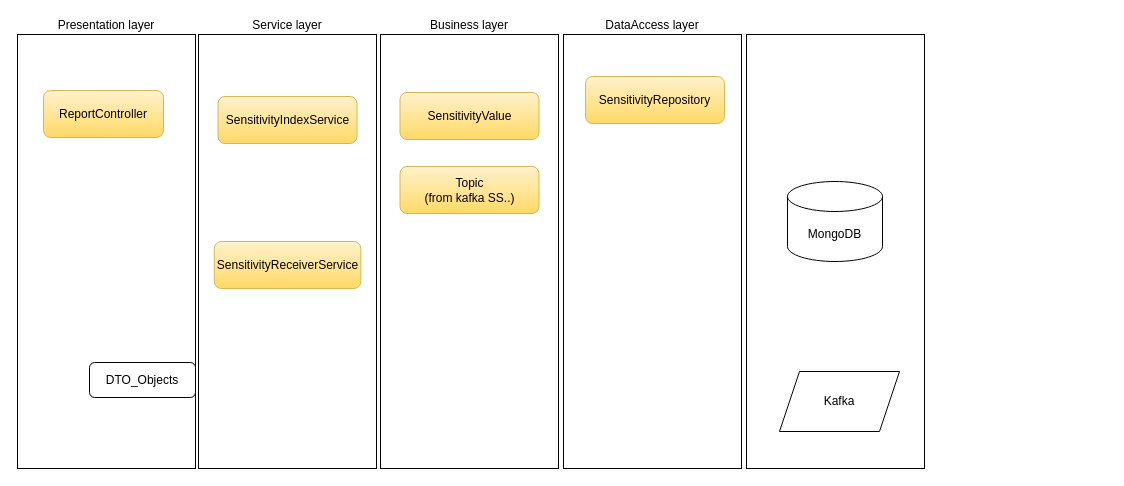
Above: page "Layers" (3 of 5) of DOCUMENT/Untitled Diagram.drawio in vantypham/reportservice (draw.io), before the change. Source tidied: cells renumbered, new cells numbered last; positions are measured from the earlier drawing's top-left corner, leaving out a move shared by most shapes. Both pictures are drawn from the tidied source at 100%, with x=0, y=0 at pixel (17, 34).
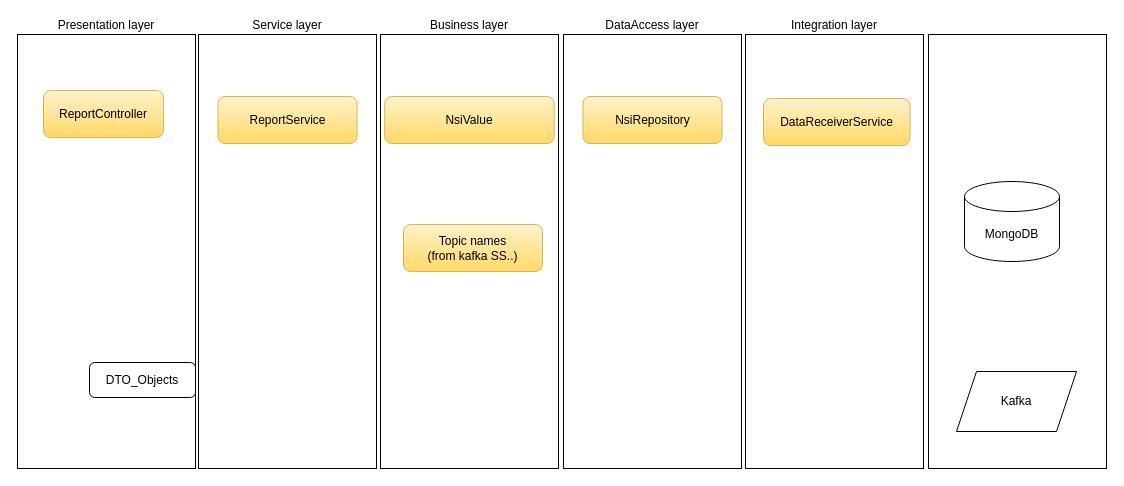
The same diagram, later.

Commit message (it also covers changes not shown here):
update charts & slide

Diff of the diagram source:
```diff
@@
 <mxGraphModel>
   <root>
     <mxCell id="0" />
     <mxCell id="1" parent="0" />
-    <mxCell id="2" style="rounded=0;whiteSpace=wrap;html=1;labelPosition=center;verticalLabelPosition=top;align=center;verticalAlign=bottom;" parent="1" vertex="1">
-      <mxGeometry x="729" width="178" height="434" as="geometry" />
-    </mxCell>
+    <mxCell id="16" style="rounded=0;whiteSpace=wrap;html=1;labelPosition=center;verticalLabelPosition=top;align=center;verticalAlign=bottom;" parent="1" vertex="1">
+      <mxGeometry x="911" width="178" height="434" as="geometry" />
+    </mxCell>
     <mxCell id="3" value="Presentation layer" style="rounded=0;whiteSpace=wrap;html=1;labelPosition=center;verticalLabelPosition=top;align=center;verticalAlign=bottom;" parent="1" vertex="1">
       <mxGeometry width="178" height="434" as="geometry" />
     </mxCell>
     <mxCell id="4" value="ReportController" style="rounded=1;whiteSpace=wrap;html=1;fillColor=#fff2cc;gradientColor=#ffd966;strokeColor=#d6b656;" parent="1" vertex="1">
       <mxGeometry x="26" y="56" width="120" height="47" as="geometry" />
     </mxCell>
     <mxCell id="5" value="Service layer" style="rounded=0;whiteSpace=wrap;html=1;labelPosition=center;verticalLabelPosition=top;align=center;verticalAlign=bottom;" parent="1" vertex="1">
       <mxGeometry x="181" width="178" height="434" as="geometry" />
     </mxCell>
-    <mxCell id="6" value="SensitivityIndexService" style="rounded=1;whiteSpace=wrap;html=1;fillColor=#fff2cc;gradientColor=#ffd966;strokeColor=#d6b656;" parent="1" vertex="1">
+    <mxCell id="6" value="ReportService" style="rounded=1;whiteSpace=wrap;html=1;fillColor=#fff2cc;gradientColor=#ffd966;strokeColor=#d6b656;" parent="1" vertex="1">
       <mxGeometry x="200.5" y="62" width="139" height="47" as="geometry" />
     </mxCell>
     <mxCell id="7" value="Business layer" style="rounded=0;whiteSpace=wrap;html=1;labelPosition=center;verticalLabelPosition=top;align=center;verticalAlign=bottom;" parent="1" vertex="1">
       <mxGeometry x="363" width="178" height="434" as="geometry" />
     </mxCell>
     <mxCell id="8" value="DataAccess layer" style="rounded=0;whiteSpace=wrap;html=1;labelPosition=center;verticalLabelPosition=top;align=center;verticalAlign=bottom;" parent="1" vertex="1">
       <mxGeometry x="546" width="178" height="434" as="geometry" />
     </mxCell>
-    <mxCell id="9" value="SensitivityRepository" style="rounded=1;whiteSpace=wrap;html=1;fillColor=#fff2cc;gradientColor=#ffd966;strokeColor=#d6b656;" parent="1" vertex="1">
-      <mxGeometry x="568" y="42" width="139" height="47" as="geometry" />
+    <mxCell id="9" value="NsiRepository" style="rounded=1;whiteSpace=wrap;html=1;fillColor=#fff2cc;gradientColor=#ffd966;strokeColor=#d6b656;" parent="1" vertex="1">
+      <mxGeometry x="565.5" y="62" width="139" height="47" as="geometry" />
     </mxCell>
-    <mxCell id="10" value="SensitivityValue" style="rounded=1;whiteSpace=wrap;html=1;fillColor=#fff2cc;gradientColor=#ffd966;strokeColor=#d6b656;" parent="1" vertex="1">
-      <mxGeometry x="382.5" y="58" width="139" height="47" as="geometry" />
+    <mxCell id="10" value="NsiValue" style="rounded=1;whiteSpace=wrap;html=1;fillColor=#fff2cc;gradientColor=#ffd966;strokeColor=#d6b656;" parent="1" vertex="1">
+      <mxGeometry x="367.2" y="62" width="169.5" height="47" as="geometry" />
     </mxCell>
-    <mxCell id="11" value="Topic&lt;br&gt;(from kafka SS..)" style="rounded=1;whiteSpace=wrap;html=1;fillColor=#fff2cc;gradientColor=#ffd966;strokeColor=#d6b656;" parent="1" vertex="1">
-      <mxGeometry x="382.5" y="132" width="139" height="47" as="geometry" />
+    <mxCell id="11" value="Topic names&lt;br&gt;(from kafka SS..)" style="rounded=1;whiteSpace=wrap;html=1;fillColor=#fff2cc;gradientColor=#ffd966;strokeColor=#d6b656;" parent="1" vertex="1">
+      <mxGeometry x="386" y="190" width="139" height="47" as="geometry" />
     </mxCell>
+    <mxCell id="17" value="Integration layer" style="rounded=0;whiteSpace=wrap;html=1;labelPosition=center;verticalLabelPosition=top;align=center;verticalAlign=bottom;" parent="1" vertex="1">
+      <mxGeometry x="728" width="178" height="434" as="geometry" />
+    </mxCell>
-    <mxCell id="12" value="SensitivityReceiverService" style="rounded=1;whiteSpace=wrap;html=1;fillColor=#fff2cc;gradientColor=#ffd966;strokeColor=#d6b656;" parent="1" vertex="1">
-      <mxGeometry x="196.8" y="207" width="146.5" height="47" as="geometry" />
+    <mxCell id="12" value="DataReceiverService" style="rounded=1;whiteSpace=wrap;html=1;fillColor=#fff2cc;gradientColor=#ffd966;strokeColor=#d6b656;" parent="1" vertex="1">
+      <mxGeometry x="746" y="64" width="146.5" height="47" as="geometry" />
     </mxCell>
     <mxCell id="13" value="MongoDB" style="shape=cylinder3;whiteSpace=wrap;html=1;boundedLbl=1;backgroundOutline=1;size=15;" parent="1" vertex="1">
-      <mxGeometry x="770" y="147" width="95" height="80" as="geometry" />
+      <mxGeometry x="947" y="147" width="95" height="80" as="geometry" />
     </mxCell>
     <mxCell id="14" value="Kafka" style="shape=parallelogram;perimeter=parallelogramPerimeter;whiteSpace=wrap;html=1;fixedSize=1;" parent="1" vertex="1">
-      <mxGeometry x="762" y="337" width="120" height="60" as="geometry" />
+      <mxGeometry x="939" y="337" width="120" height="60" as="geometry" />
     </mxCell>
     <mxCell id="15" value="DTO_Objects" style="rounded=1;whiteSpace=wrap;html=1;" parent="1" vertex="1">
       <mxGeometry x="72" y="328" width="106" height="35" as="geometry" />
     </mxCell>
   </root>
 </mxGraphModel>
```
